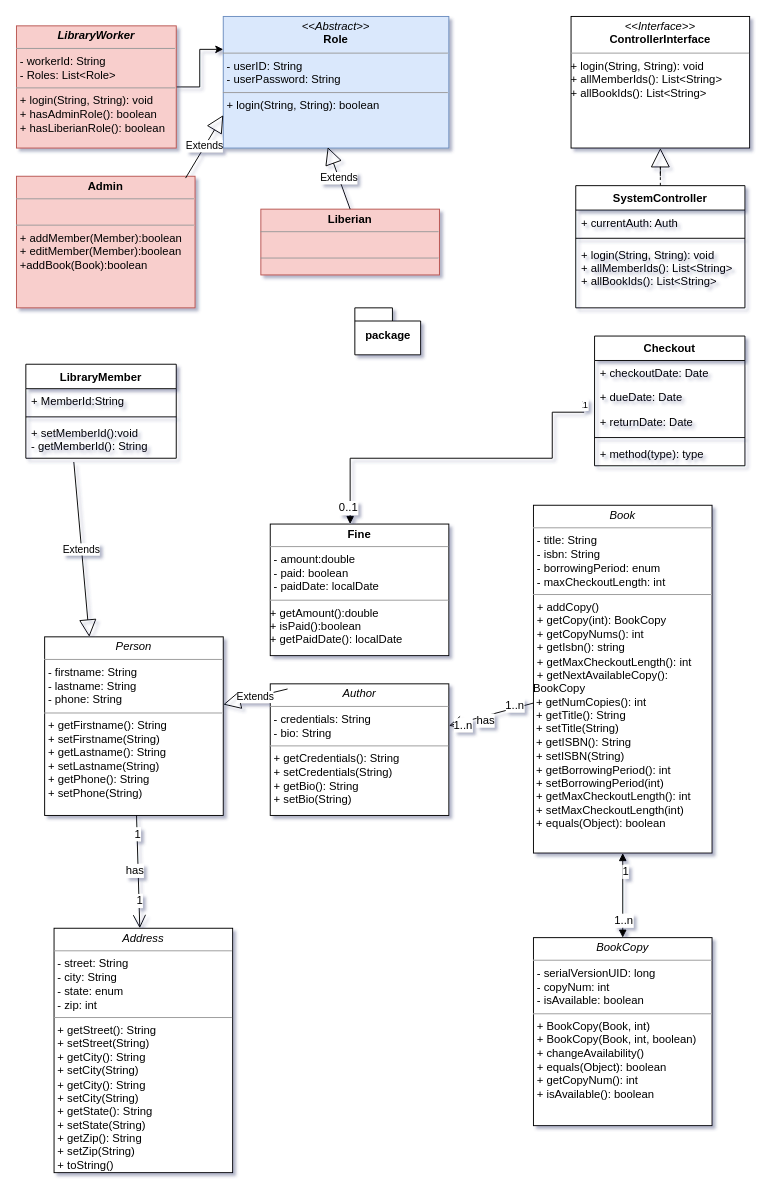
megaunknown/UML keeps this draw.io diagram as Untitled Diagram.drawio. Above is the earlier version. Source tidied: cells renumbered, new cells numbered last; positions are measured from the earlier drawing's top-left corner, leaving out a move shared by most shapes. Both pictures are drawn from the tidied source at 94%, with x=0, y=0 at pixel (16, 16).
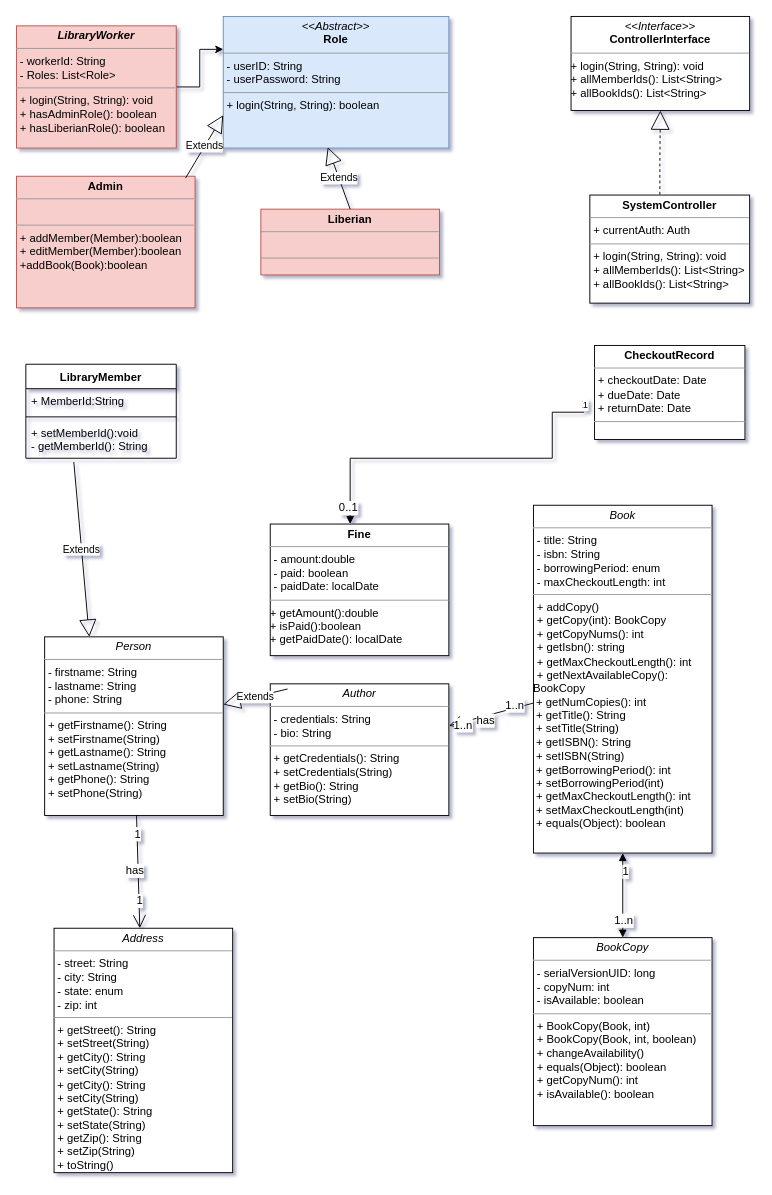
The same page after the edit.

Change to the diagram source:
```diff
@@
-    <mxCell id="4" style="edgeStyle=orthogonalEdgeStyle;rounded=0;jettySize=auto;html=1;dashed=1;endArrow=block;endFill=0;strokeWidth=1;endSize=18;entryX=0.5;entryY=1;entryDx=0;entryDy=0;" parent="1" edge="1" source="6" target="13">
+    <mxCell id="4" style="edgeStyle=orthogonalEdgeStyle;rounded=0;jettySize=auto;html=1;dashed=1;endArrow=block;endFill=0;strokeWidth=1;endSize=18;entryX=0.5;entryY=1;entryDx=0;entryDy=0;exitX=0.438;exitY=-0.004;exitDx=0;exitDy=0;exitPerimeter=0;" parent="1" edge="1" source="49" target="13">
       <mxGeometry relative="1" as="geometry" />
     </mxCell>
@@
-    <mxCell id="6" value="SystemController" style="swimlane;fontStyle=1;align=center;verticalAlign=top;horizontal=1;startSize=26;" parent="1" vertex="1">
-      <mxGeometry x="595" y="180" width="180" height="130" as="geometry" />
-    </mxCell>
-    <mxCell id="7" value="+ currentAuth: Auth&#10;" style="text;strokeColor=none;fillColor=none;align=left;verticalAlign=top;spacingLeft=4;spacingRight=4;overflow=hidden;" parent="6" vertex="1">
-      <mxGeometry y="26" width="180" height="26" as="geometry" />
-    </mxCell>
-    <mxCell id="8" style="line;strokeWidth=1;fillColor=none;align=left;verticalAlign=middle;spacingTop=-1;spacingLeft=3;spacingRight=3;labelPosition=right;" parent="6" vertex="1">
-      <mxGeometry y="52" width="180" height="8" as="geometry" />
-    </mxCell>
-    <mxCell id="9" value="+ login(String, String): void&#10;+ allMemberIds(): List&lt;String&gt;&#10;+ allBookIds(): List&lt;String&gt;" style="text;strokeColor=none;fillColor=none;align=left;verticalAlign=top;spacingLeft=4;spacingRight=4;overflow=hidden;" parent="6" vertex="1">
-      <mxGeometry y="60" width="180" height="70" as="geometry" />
-    </mxCell>
@@
-    <mxCell id="11" value="package" style="shape=folder;fontStyle=1;spacingTop=10;tabWidth=40;tabHeight=14;tabPosition=left;html=1;" parent="1" vertex="1">
-      <mxGeometry x="360" y="310" width="70" height="50" as="geometry" />
-    </mxCell>
@@
     <mxCell id="13" value="&lt;p style=&quot;margin: 0px ; margin-top: 4px ; text-align: center&quot;&gt;&lt;i&gt;&amp;lt;&amp;lt;Interface&amp;gt;&amp;gt;&lt;/i&gt;&lt;br&gt;&lt;b&gt;ControllerInterface&lt;/b&gt;&lt;br&gt;&lt;/p&gt;&lt;hr size=&quot;1&quot;&gt;&lt;p style=&quot;margin: 0px ; margin-left: 4px&quot;&gt;&lt;/p&gt;+ login(String, String): void&lt;br style=&quot;padding: 0px ; margin: 0px&quot;&gt;+ allMemberIds(): List&amp;lt;String&amp;gt;&lt;br style=&quot;padding: 0px ; margin: 0px&quot;&gt;+ allBookIds(): List&amp;lt;String&amp;gt;" style="verticalAlign=top;align=left;overflow=fill;fontSize=12;fontFamily=Helvetica;html=1;" parent="1" vertex="1">
-      <mxGeometry x="590" width="190" height="140" as="geometry" />
+      <mxGeometry x="590" width="190" height="100" as="geometry" />
     </mxCell>
@@
-    <mxCell id="15" value="Checkout" style="swimlane;fontStyle=1;align=center;verticalAlign=top;horizontal=1;startSize=26;" parent="1" vertex="1">
-      <mxGeometry x="615" y="340" width="160" height="138" as="geometry" />
-    </mxCell>
-    <mxCell id="16" value="+ checkoutDate: Date" style="text;strokeColor=none;fillColor=none;align=left;verticalAlign=top;spacingLeft=4;spacingRight=4;overflow=hidden;" parent="15" vertex="1">
-      <mxGeometry y="26" width="160" height="26" as="geometry" />
-    </mxCell>
-    <mxCell id="17" value="+ dueDate: Date" style="text;strokeColor=none;fillColor=none;align=left;verticalAlign=top;spacingLeft=4;spacingRight=4;overflow=hidden;" parent="15" vertex="1">
-      <mxGeometry y="52" width="160" height="26" as="geometry" />
-    </mxCell>
-    <mxCell id="18" value="+ returnDate: Date" style="text;strokeColor=none;fillColor=none;align=left;verticalAlign=top;spacingLeft=4;spacingRight=4;overflow=hidden;" parent="15" vertex="1">
-      <mxGeometry y="78" width="160" height="26" as="geometry" />
-    </mxCell>
-    <mxCell id="19" style="line;strokeWidth=1;fillColor=none;align=left;verticalAlign=middle;spacingTop=-1;spacingLeft=3;spacingRight=3;labelPosition=right;" parent="15" vertex="1">
-      <mxGeometry y="104" width="160" height="8" as="geometry" />
-    </mxCell>
-    <mxCell id="20" value="+ method(type): type" style="text;strokeColor=none;fillColor=none;align=left;verticalAlign=top;spacingLeft=4;spacingRight=4;overflow=hidden;" parent="15" vertex="1">
-      <mxGeometry y="112" width="160" height="26" as="geometry" />
-    </mxCell>
@@
+    <mxCell id="48" value="&lt;p style=&quot;margin: 0px ; margin-top: 4px ; text-align: center&quot;&gt;&lt;b&gt;CheckoutRecord&lt;/b&gt;&lt;/p&gt;&lt;hr size=&quot;1&quot;&gt;&lt;p style=&quot;margin: 0px ; margin-left: 4px&quot;&gt;+ checkoutDate: Date&lt;br style=&quot;padding: 0px ; margin: 0px&quot;&gt;+ dueDate: Date&lt;br style=&quot;padding: 0px ; margin: 0px&quot;&gt;+ returnDate: Date&lt;br&gt;&lt;/p&gt;&lt;hr size=&quot;1&quot;&gt;&lt;p style=&quot;margin: 0px ; margin-left: 4px&quot;&gt;&lt;br&gt;&lt;/p&gt;" style="verticalAlign=top;align=left;overflow=fill;fontSize=12;fontFamily=Helvetica;html=1;" parent="1" vertex="1">
+      <mxGeometry x="615" y="350" width="160" height="100" as="geometry" />
+    </mxCell>
@@
+    <mxCell id="49" value="&lt;p style=&quot;margin: 0px ; margin-top: 4px ; text-align: center&quot;&gt;&lt;span style=&quot;font-weight: 700&quot;&gt;SystemController&lt;/span&gt;&lt;br&gt;&lt;/p&gt;&lt;hr size=&quot;1&quot;&gt;&lt;p style=&quot;margin: 0px ; margin-left: 4px&quot;&gt;+ currentAuth: Auth&lt;/p&gt;&lt;hr size=&quot;1&quot;&gt;&lt;p style=&quot;margin: 0px ; margin-left: 4px&quot;&gt;+ login(String, String): void&lt;br style=&quot;padding: 0px ; margin: 0px&quot;&gt;+ allMemberIds(): List&amp;lt;String&amp;gt;&lt;br style=&quot;padding: 0px ; margin: 0px&quot;&gt;+ allBookIds(): List&amp;lt;String&amp;gt;&lt;br&gt;&lt;/p&gt;" style="verticalAlign=top;align=left;overflow=fill;fontSize=12;fontFamily=Helvetica;html=1;" parent="1" vertex="1">
+      <mxGeometry x="610" y="190" width="170" height="115" as="geometry" />
+    </mxCell>
```
